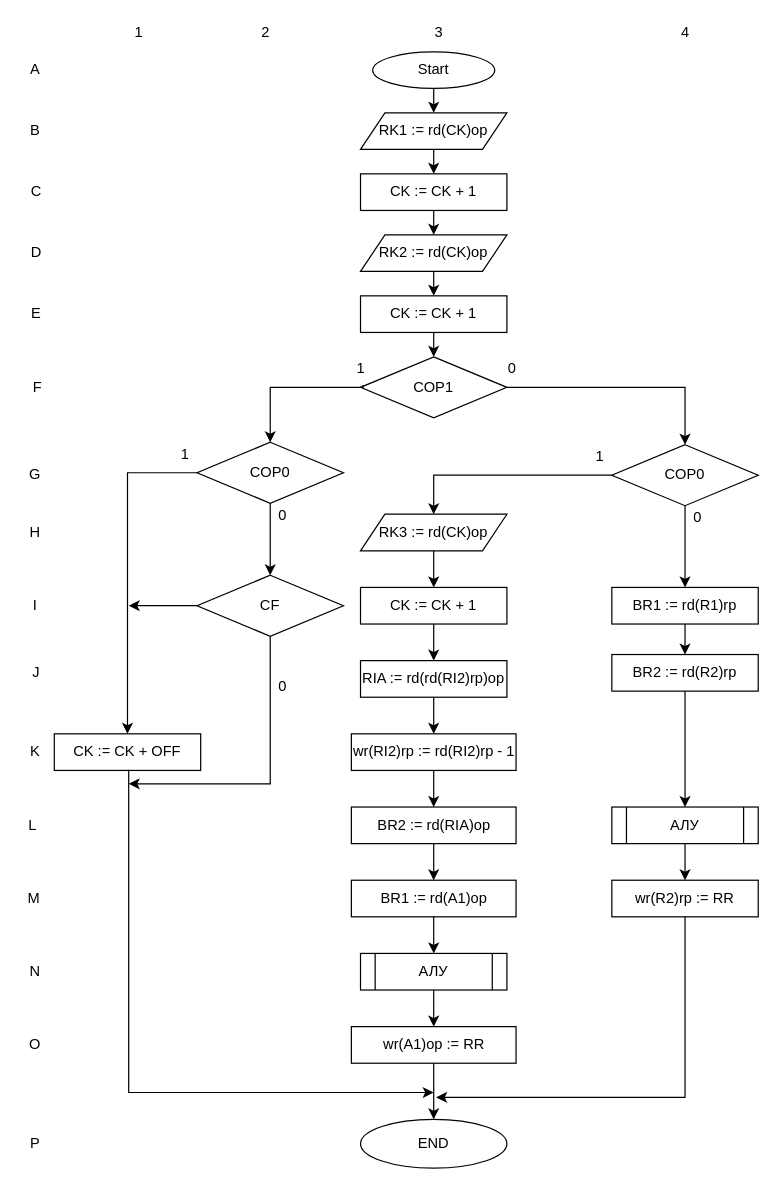
This is BUK_Block_Scheme.drawio from TimurQQ/Workshop, a draw.io file, before an edit. Source tidied: cells renumbered, new cells numbered last; positions are measured from the earlier drawing's top-left corner, leaving out a move shared by most shapes. Both pictures are drawn from the tidied source at 122%, with x=0, y=0 at pixel (21, 21).
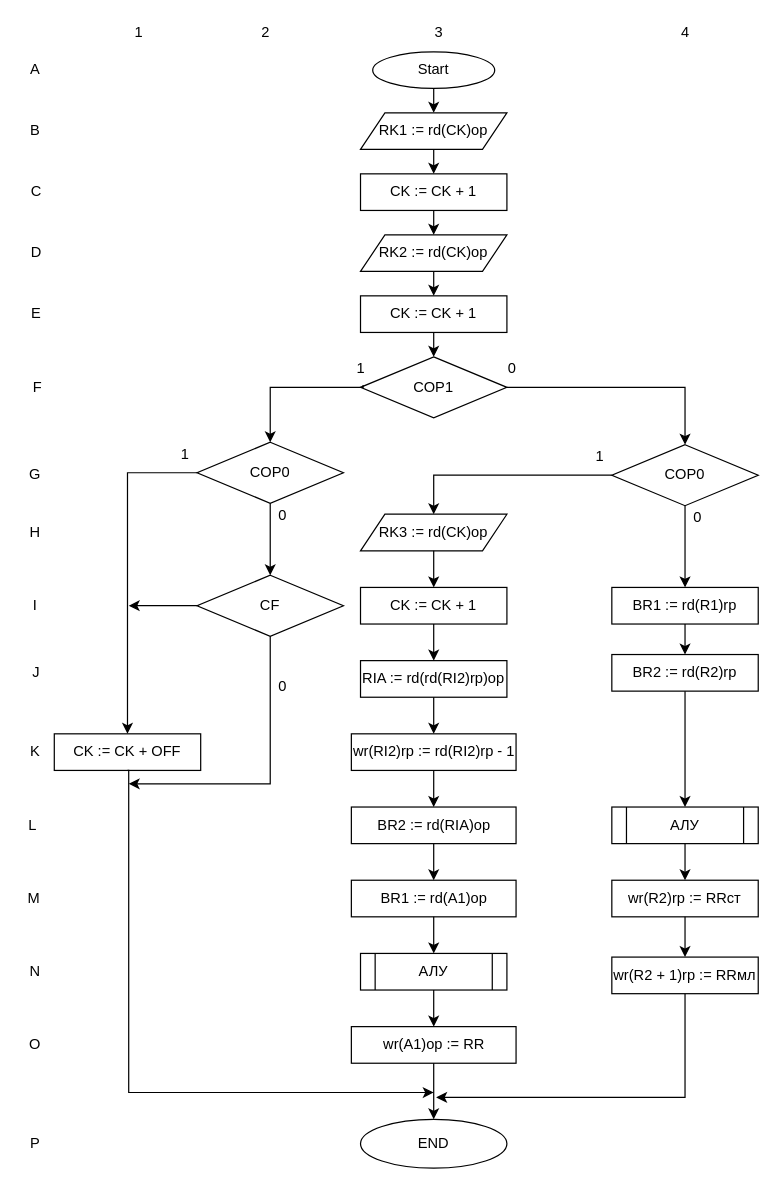
After the change.

Diff of the diagram source:
```diff
@@
-    <mxCell id="34" value="wr(R2)rp := RR" style="rounded=0;whiteSpace=wrap;html=1;" parent="1" vertex="1">
+    <mxCell id="34" value="wr(R2)rp := RRст" style="rounded=0;whiteSpace=wrap;html=1;" parent="1" vertex="1">
       <mxGeometry x="484" y="704" width="120" height="30" as="geometry" />
     </mxCell>
@@
-    <mxCell id="57" style="edgeStyle=segmentEdgeStyle;endArrow=classic;html=1;rounded=0;exitX=0.5;exitY=1;exitDx=0;exitDy=0;" parent="1" edge="1" source="34">
+    <mxCell id="57" style="edgeStyle=segmentEdgeStyle;endArrow=classic;html=1;rounded=0;exitX=0.5;exitY=1;exitDx=0;exitDy=0;" parent="1" edge="1" source="78">
       <mxGeometry relative="1" as="geometry">
         <mxPoint x="340" y="882" as="targetPoint" />
         <Array as="points">
           <mxPoint x="544" y="882" />
         </Array>
       </mxGeometry>
     </mxCell>
@@
+    <mxCell id="78" value="wr(R2 + 1)rp := RRмл" style="rounded=0;whiteSpace=wrap;html=1;" parent="1" vertex="1">
+      <mxGeometry x="484" y="767" width="120" height="30" as="geometry" />
+    </mxCell>
+    <mxCell id="79" style="endArrow=classic;html=1;rounded=0;exitX=0.5;exitY=1;exitDx=0;exitDy=0;entryX=0.5;entryY=0;entryDx=0;entryDy=0;" parent="1" edge="1" source="34" target="78">
+      <mxGeometry relative="1" as="geometry" />
+    </mxCell>
```
